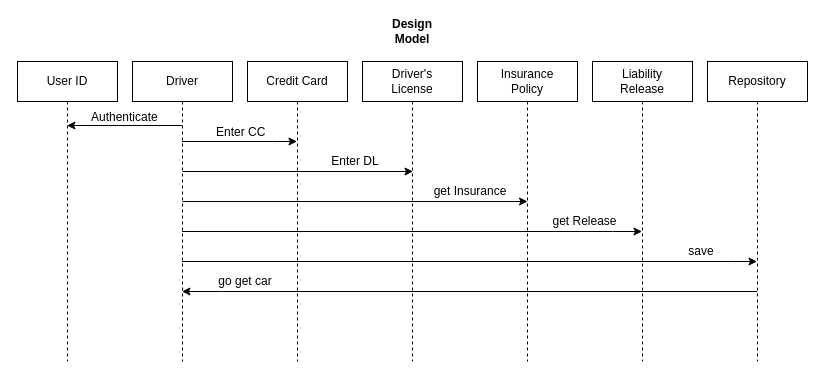
Before: page "Design Model" (3 of 3) of Car Rental.drawio in jmcjordi811/CISC210Draw, a draw.io diagram. Source tidied: cells renumbered, new cells numbered last; positions are measured from the earlier drawing's top-left corner, leaving out a move shared by most shapes. Both pictures are drawn from the tidied source at 100%, with x=0, y=0 at pixel (17, 21).
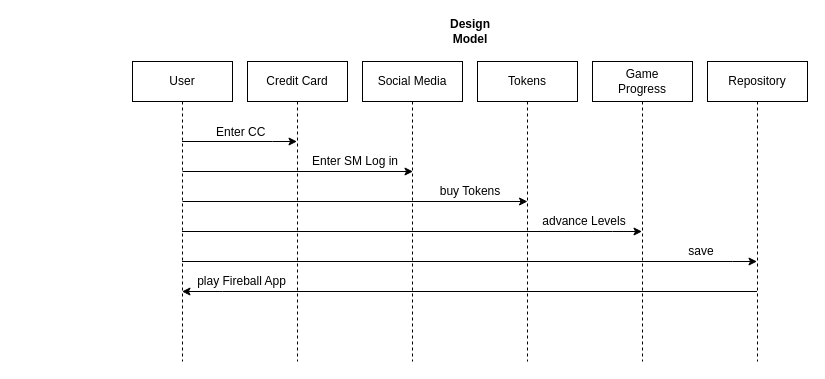
The same page after the edit.

Commit message:
Update Design Model

Diff of the diagram source:
```diff
@@
-    <mxCell id="2" value="User ID" style="shape=umlLifeline;perimeter=lifelinePerimeter;whiteSpace=wrap;html=1;fillColor=none;" parent="1" vertex="1">
-      <mxGeometry y="40" width="100" height="300" as="geometry" />
-    </mxCell>
@@
-    <mxCell id="4" style="edgeStyle=none;rounded=0;orthogonalLoop=1;jettySize=auto;html=1;endArrow=classic;endFill=1;" parent="1" edge="1">
-      <mxGeometry relative="1" as="geometry">
-        <mxPoint x="164.5" y="104" as="sourcePoint" />
-        <mxPoint x="49.5" y="104" as="targetPoint" />
-        <Array as="points">
-          <mxPoint x="125" y="104" />
-        </Array>
-      </mxGeometry>
-    </mxCell>
@@
-    <mxCell id="9" value="Driver" style="shape=umlLifeline;perimeter=lifelinePerimeter;whiteSpace=wrap;html=1;outlineConnect=0;fillColor=none;" parent="1" vertex="1">
+    <mxCell id="9" value="User" style="shape=umlLifeline;perimeter=lifelinePerimeter;whiteSpace=wrap;html=1;outlineConnect=0;fillColor=none;" parent="1" vertex="1">
       <mxGeometry x="115" y="40" width="100" height="300" as="geometry" />
     </mxCell>
@@
-    <mxCell id="11" value="Driver's&lt;br&gt;License" style="shape=umlLifeline;perimeter=lifelinePerimeter;whiteSpace=wrap;html=1;fillColor=none;" parent="1" vertex="1">
+    <mxCell id="11" value="Social Media" style="shape=umlLifeline;perimeter=lifelinePerimeter;whiteSpace=wrap;html=1;fillColor=none;" parent="1" vertex="1">
       <mxGeometry x="345" y="40" width="100" height="300" as="geometry" />
     </mxCell>
-    <mxCell id="12" value="Insurance&lt;br&gt;Policy" style="shape=umlLifeline;perimeter=lifelinePerimeter;whiteSpace=wrap;html=1;fillColor=none;" parent="1" vertex="1">
+    <mxCell id="12" value="Tokens" style="shape=umlLifeline;perimeter=lifelinePerimeter;whiteSpace=wrap;html=1;fillColor=none;" parent="1" vertex="1">
       <mxGeometry x="460" y="40" width="100" height="300" as="geometry" />
     </mxCell>
-    <mxCell id="13" value="Liability&lt;br&gt;Release" style="shape=umlLifeline;perimeter=lifelinePerimeter;whiteSpace=wrap;html=1;outlineConnect=0;fillColor=none;" parent="1" vertex="1">
+    <mxCell id="13" value="Game&lt;br&gt;Progress" style="shape=umlLifeline;perimeter=lifelinePerimeter;whiteSpace=wrap;html=1;outlineConnect=0;fillColor=none;" parent="1" vertex="1">
       <mxGeometry x="575" y="40" width="100" height="300" as="geometry" />
     </mxCell>
@@
     <mxCell id="16" value="Design Model" style="text;html=1;strokeColor=none;fillColor=none;align=center;verticalAlign=middle;whiteSpace=wrap;rounded=0;fontStyle=1;" parent="1" vertex="1">
-      <mxGeometry x="375" width="40" height="20" as="geometry" />
+      <mxGeometry x="433" width="40" height="20" as="geometry" />
     </mxCell>
@@
-    <mxCell id="18" value="Authenticate" style="text;html=1;align=left;verticalAlign=top;spacingTop=-4;" parent="1" vertex="1">
-      <mxGeometry x="72" y="86" width="80" height="20" as="geometry" />
-    </mxCell>
-    <mxCell id="19" value="Enter DL" style="text;html=1;strokeColor=none;fillColor=none;align=center;verticalAlign=middle;whiteSpace=wrap;rounded=0;" parent="1" vertex="1">
-      <mxGeometry x="308.5" y="130" width="58" height="20" as="geometry" />
+    <mxCell id="19" value="Enter SM Log in" style="text;html=1;strokeColor=none;fillColor=none;align=center;verticalAlign=middle;whiteSpace=wrap;rounded=0;" parent="1" vertex="1">
+      <mxGeometry x="292" y="130" width="92" height="20" as="geometry" />
     </mxCell>
-    <mxCell id="20" value="get Insurance" style="text;html=1;strokeColor=none;fillColor=none;align=center;verticalAlign=middle;whiteSpace=wrap;rounded=0;" parent="1" vertex="1">
+    <mxCell id="20" value="buy Tokens" style="text;html=1;strokeColor=none;fillColor=none;align=center;verticalAlign=middle;whiteSpace=wrap;rounded=0;" parent="1" vertex="1">
       <mxGeometry x="412.5" y="160" width="80" height="20" as="geometry" />
     </mxCell>
-    <mxCell id="21" value="get Release" style="text;html=1;strokeColor=none;fillColor=none;align=center;verticalAlign=middle;whiteSpace=wrap;rounded=0;" parent="1" vertex="1">
-      <mxGeometry x="528" y="190" width="79" height="20" as="geometry" />
+    <mxCell id="21" value="advance Levels" style="text;html=1;strokeColor=none;fillColor=none;align=center;verticalAlign=middle;whiteSpace=wrap;rounded=0;" parent="1" vertex="1">
+      <mxGeometry x="516" y="190" width="102" height="20" as="geometry" />
     </mxCell>
@@
-    <mxCell id="23" value="go get car" style="text;html=1;strokeColor=none;fillColor=none;align=center;verticalAlign=middle;whiteSpace=wrap;rounded=0;" parent="1" vertex="1">
-      <mxGeometry x="199" y="250" width="58" height="20" as="geometry" />
+    <mxCell id="23" value="play Fireball App" style="text;html=1;strokeColor=none;fillColor=none;align=center;verticalAlign=middle;whiteSpace=wrap;rounded=0;" parent="1" vertex="1">
+      <mxGeometry x="174" y="250" width="101" height="20" as="geometry" />
     </mxCell>
```
